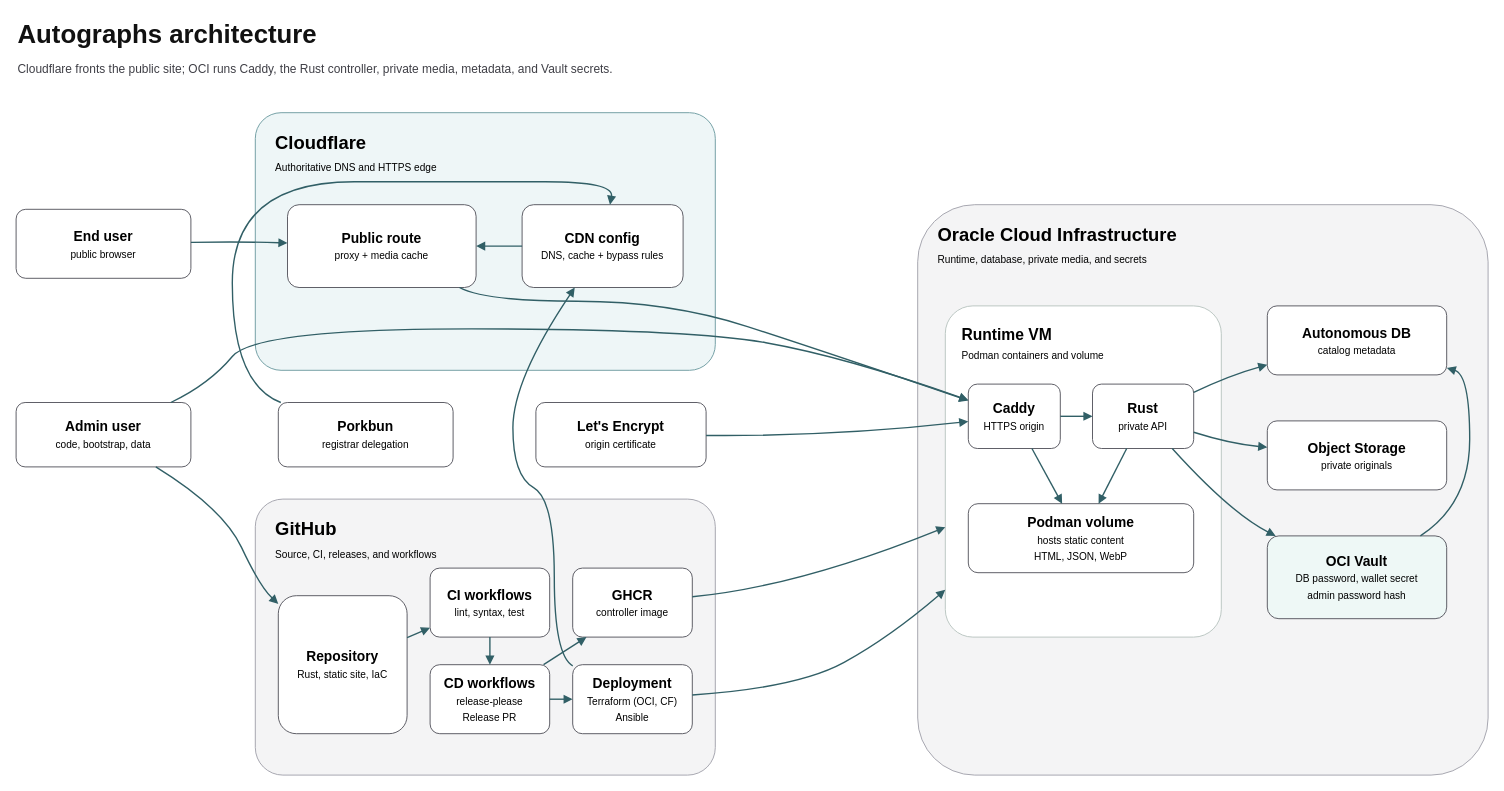
This is docs/architecture.drawio from jetsaredim/autographs, a draw.io file, before an edit. Source tidied: cells renumbered, new cells numbered last; positions are measured from the earlier drawing's top-left corner, leaving out a move shared by most shapes. Both pictures are drawn from the tidied source at 92%, with x=0, y=0 at pixel (16, 16).
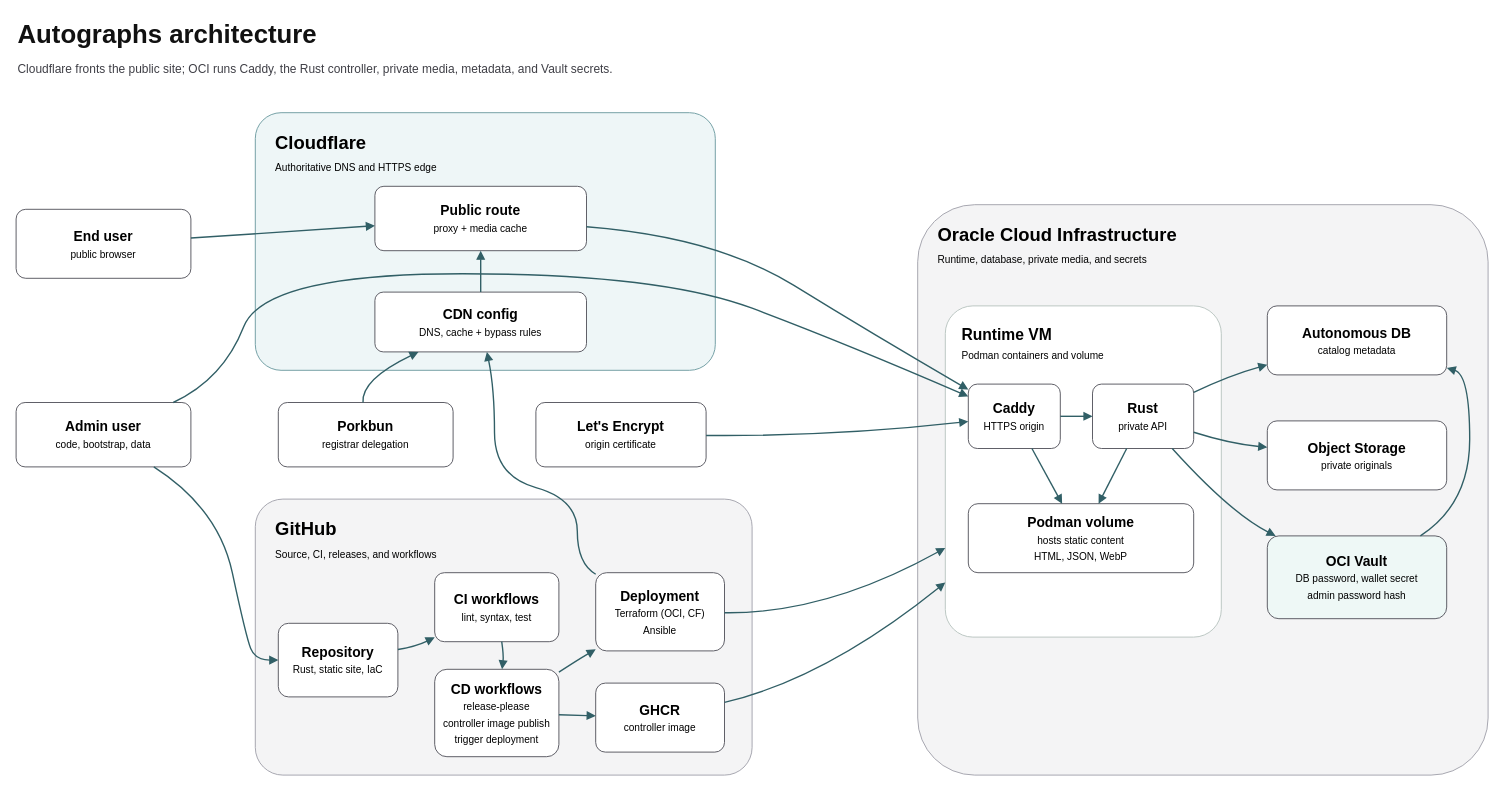
After the change.

Commit message (it also covers changes not shown here):
docs: refine Cloudflare and GitHub architecture layout

Unchanged cells that the change refers to:
```xml
<mxCell id="7" value="&lt;b&gt;Runtime VM&lt;/b&gt;&lt;br&gt;&lt;font style=&quot;font-size: 11px; font-weight: 400;&quot;&gt;Podman containers and volume&lt;/font&gt;" style="rounded=1;whiteSpace=wrap;html=1;fillColor=#ffffff;strokeColor=#b8c3bf;arcSize=10;align=left;verticalAlign=top;spacingLeft=16;spacingTop=16;fontSize=17;fontStyle=1;" parent="1" vertex="1">
  <mxGeometry x="1010" y="315" width="300" height="360" as="geometry" />
</mxCell>
<mxCell id="15" value="&lt;b&gt;Caddy&lt;/b&gt;&lt;br&gt;&lt;font style=&quot;font-size: 11px; font-weight: 400;&quot;&gt;HTTPS origin&lt;/font&gt;" style="rounded=1;whiteSpace=wrap;html=1;fillColor=#ffffff;strokeColor=#52525b;arcSize=14;align=center;verticalAlign=middle;fontSize=15;" parent="1" vertex="1">
  <mxGeometry x="1035" y="400" width="100" height="70" as="geometry" />
</mxCell>
<mxCell id="21" value="&lt;b&gt;End user&lt;/b&gt;&lt;br&gt;&lt;font style=&quot;font-size: 11px; font-weight: 400;&quot;&gt;public browser&lt;/font&gt;" style="rounded=1;whiteSpace=wrap;html=1;fillColor=#ffffff;strokeColor=#52525b;arcSize=14;align=center;verticalAlign=middle;fontSize=15;" parent="1" vertex="1">
  <mxGeometry y="210" width="190" height="75" as="geometry" />
</mxCell>
<mxCell id="22" value="&lt;b&gt;Porkbun&lt;/b&gt;&lt;br&gt;&lt;font style=&quot;font-size: 11px; font-weight: 400;&quot;&gt;registrar delegation&lt;/font&gt;" style="rounded=1;whiteSpace=wrap;html=1;fillColor=#ffffff;strokeColor=#52525b;arcSize=14;align=center;verticalAlign=middle;fontSize=15;" parent="1" vertex="1">
  <mxGeometry x="285" y="420" width="190" height="70" as="geometry" />
</mxCell>
<mxCell id="23" value="&lt;b&gt;Admin user&lt;/b&gt;&lt;br&gt;&lt;font style=&quot;font-size: 11px; font-weight: 400;&quot;&gt;code, bootstrap, data&lt;/font&gt;" style="rounded=1;whiteSpace=wrap;html=1;fillColor=#ffffff;strokeColor=#52525b;arcSize=14;align=center;verticalAlign=middle;fontSize=15;" parent="1" vertex="1">
  <mxGeometry y="420" width="190" height="70" as="geometry" />
</mxCell>
```

What changed in the source:
```diff
@@
     <mxCell id="5" value="&lt;b&gt;GitHub&lt;/b&gt;&lt;br&gt;&lt;font style=&quot;font-size: 11px; font-weight: 400;&quot;&gt;Source, CI, releases, and workflows&lt;/font&gt;" style="rounded=1;whiteSpace=wrap;html=1;fillColor=#f4f4f5;strokeColor=#a1a1aa;arcSize=10;align=left;verticalAlign=top;spacingLeft=20;spacingTop=14;fontSize=20;fontStyle=1;" parent="1" vertex="1">
-      <mxGeometry x="260" y="525" width="500" height="300" as="geometry" />
+      <mxGeometry x="260" y="525" width="540" height="300" as="geometry" />
     </mxCell>
@@
     <mxCell id="8" value="&lt;b&gt;Public route&lt;/b&gt;&lt;br&gt;&lt;font style=&quot;font-size: 11px; font-weight: 400;&quot;&gt;proxy + media cache&lt;/font&gt;" style="rounded=1;whiteSpace=wrap;html=1;fillColor=#ffffff;strokeColor=#52525b;arcSize=14;align=center;verticalAlign=middle;fontSize=15;" parent="1" vertex="1">
-      <mxGeometry x="295" y="205" width="205" height="90" as="geometry" />
+      <mxGeometry x="390" y="185" width="230" height="70" as="geometry" />
     </mxCell>
     <mxCell id="9" value="&lt;b&gt;CDN config&lt;/b&gt;&lt;br&gt;&lt;font style=&quot;font-size: 11px; font-weight: 400;&quot;&gt;DNS, cache + bypass rules&lt;/font&gt;" style="rounded=1;whiteSpace=wrap;html=1;fillColor=#ffffff;strokeColor=#52525b;arcSize=14;align=center;verticalAlign=middle;fontSize=15;" parent="1" vertex="1">
-      <mxGeometry x="550" y="205" width="175" height="90" as="geometry" />
+      <mxGeometry x="390" y="300" width="230" height="65" as="geometry" />
     </mxCell>
     <mxCell id="10" value="&lt;b&gt;Repository&lt;/b&gt;&lt;br&gt;&lt;font style=&quot;font-size: 11px; font-weight: 400;&quot;&gt;Rust, static site, IaC&lt;/font&gt;" style="rounded=1;whiteSpace=wrap;html=1;fillColor=#ffffff;strokeColor=#52525b;arcSize=14;align=center;verticalAlign=middle;fontSize=15;" parent="1" vertex="1">
-      <mxGeometry x="285" y="630" width="140" height="150" as="geometry" />
+      <mxGeometry x="285" y="660" width="130" height="80" as="geometry" />
     </mxCell>
     <mxCell id="11" value="&lt;b&gt;CI workflows&lt;/b&gt;&lt;br&gt;&lt;font style=&quot;font-size: 11px; font-weight: 400;&quot;&gt;lint, syntax, test&lt;/font&gt;" style="rounded=1;whiteSpace=wrap;html=1;fillColor=#ffffff;strokeColor=#52525b;arcSize=14;align=center;verticalAlign=middle;fontSize=15;" parent="1" vertex="1">
-      <mxGeometry x="450" y="600" width="130" height="75" as="geometry" />
+      <mxGeometry x="455" y="605" width="135" height="75" as="geometry" />
     </mxCell>
-    <mxCell id="12" value="&lt;b&gt;CD workflows&lt;/b&gt;&lt;br&gt;&lt;font style=&quot;font-size: 11px; font-weight: 400;&quot;&gt;release-please&lt;br&gt;Release PR&lt;/font&gt;" style="rounded=1;whiteSpace=wrap;html=1;fillColor=#ffffff;strokeColor=#52525b;arcSize=14;align=center;verticalAlign=middle;fontSize=15;" parent="1" vertex="1">
-      <mxGeometry x="450" y="705" width="130" height="75" as="geometry" />
+    <mxCell id="12" value="&lt;b&gt;CD workflows&lt;/b&gt;&lt;br&gt;&lt;font style=&quot;font-size: 11px; font-weight: 400;&quot;&gt;release-please&lt;br&gt;controller image publish&lt;br&gt;trigger deployment&lt;/font&gt;" style="rounded=1;whiteSpace=wrap;html=1;fillColor=#ffffff;strokeColor=#52525b;arcSize=14;align=center;verticalAlign=middle;fontSize=15;" parent="1" vertex="1">
+      <mxGeometry x="455" y="710" width="135" height="95" as="geometry" />
     </mxCell>
+    <mxCell id="14" value="&lt;b&gt;Deployment&lt;/b&gt;&lt;br&gt;&lt;font style=&quot;font-size: 11px; font-weight: 400;&quot;&gt;Terraform (OCI, CF)&lt;br&gt;Ansible&lt;/font&gt;" style="rounded=1;whiteSpace=wrap;html=1;fillColor=#ffffff;strokeColor=#52525b;arcSize=14;align=center;verticalAlign=middle;fontSize=15;" parent="1" vertex="1">
+      <mxGeometry x="630" y="605" width="140" height="85" as="geometry" />
+    </mxCell>
     <mxCell id="13" value="&lt;b&gt;GHCR&lt;/b&gt;&lt;br&gt;&lt;font style=&quot;font-size: 11px; font-weight: 400;&quot;&gt;controller image&lt;/font&gt;" style="rounded=1;whiteSpace=wrap;html=1;fillColor=#ffffff;strokeColor=#52525b;arcSize=14;align=center;verticalAlign=middle;fontSize=15;" parent="1" vertex="1">
-      <mxGeometry x="605" y="600" width="130" height="75" as="geometry" />
+      <mxGeometry x="630" y="725" width="140" height="75" as="geometry" />
     </mxCell>
-    <mxCell id="14" value="&lt;b&gt;Deployment&lt;/b&gt;&lt;br&gt;&lt;font style=&quot;font-size: 11px; font-weight: 400;&quot;&gt;Terraform (OCI, CF)&lt;br&gt;Ansible&lt;/font&gt;" style="rounded=1;whiteSpace=wrap;html=1;fillColor=#ffffff;strokeColor=#52525b;arcSize=14;align=center;verticalAlign=middle;fontSize=15;" parent="1" vertex="1">
-      <mxGeometry x="605" y="705" width="130" height="75" as="geometry" />
-    </mxCell>
@@
     <mxCell id="25" style="endArrow=block;html=1;rounded=1;curved=1;strokeColor=#315f66;strokeWidth=1.5;fontSize=11;fontColor=#315f66;labelBackgroundColor=#ffffff;" parent="1" edge="1" source="21" target="8">
       <mxGeometry relative="1" as="geometry">
         <Array as="points">
-          <mxPoint x="245" y="245" />
+          <mxPoint x="285" y="235" />
         </Array>
       </mxGeometry>
     </mxCell>
     <mxCell id="26" style="endArrow=block;html=1;rounded=1;curved=1;strokeColor=#315f66;strokeWidth=1.5;fontSize=11;fontColor=#315f66;labelBackgroundColor=#ffffff;" parent="1" edge="1" source="22" target="9">
       <mxGeometry relative="1" as="geometry">
         <Array as="points">
-          <mxPoint x="235" y="400" />
-          <mxPoint x="235" y="180" />
-          <mxPoint x="500" y="180" />
-          <mxPoint x="650" y="180" />
+          <mxPoint x="375" y="395" />
         </Array>
       </mxGeometry>
     </mxCell>
@@
     <mxCell id="28" style="endArrow=block;html=1;rounded=1;curved=1;strokeColor=#315f66;strokeWidth=1.5;fontSize=11;fontColor=#315f66;labelBackgroundColor=#ffffff;" parent="1" edge="1" source="8" target="15">
       <mxGeometry relative="1" as="geometry">
         <Array as="points">
-          <mxPoint x="510" y="310" />
-          <mxPoint x="710" y="310" />
-          <mxPoint x="880" y="365" />
+          <mxPoint x="760" y="240" />
+          <mxPoint x="930" y="345" />
         </Array>
       </mxGeometry>
     </mxCell>
     <mxCell id="29" style="endArrow=block;html=1;rounded=1;curved=1;strokeColor=#315f66;strokeWidth=1.5;fontSize=11;fontColor=#315f66;labelBackgroundColor=#ffffff;" parent="1" edge="1" source="23" target="15">
       <mxGeometry relative="1" as="geometry">
         <Array as="points">
-          <mxPoint x="210" y="400" />
-          <mxPoint x="260" y="340" />
-          <mxPoint x="730" y="340" />
-          <mxPoint x="900" y="370" />
+          <mxPoint x="225" y="395" />
+          <mxPoint x="270" y="280" />
+          <mxPoint x="700" y="280" />
+          <mxPoint x="900" y="355" />
         </Array>
       </mxGeometry>
     </mxCell>
     <mxCell id="30" style="endArrow=block;html=1;rounded=1;curved=1;strokeColor=#315f66;strokeWidth=1.5;fontSize=11;fontColor=#315f66;labelBackgroundColor=#ffffff;" parent="1" edge="1" source="23" target="10">
       <mxGeometry relative="1" as="geometry">
         <Array as="points">
-          <mxPoint x="225" y="535" />
-          <mxPoint x="265" y="620" />
+          <mxPoint x="220" y="535" />
+          <mxPoint x="250" y="675" />
+          <mxPoint x="260" y="700" />
         </Array>
       </mxGeometry>
     </mxCell>
     <mxCell id="31" style="endArrow=block;html=1;rounded=1;curved=1;strokeColor=#315f66;strokeWidth=1.5;fontSize=11;fontColor=#315f66;labelBackgroundColor=#ffffff;" parent="1" edge="1" source="10" target="11">
-      <mxGeometry relative="1" as="geometry" />
+      <mxGeometry relative="1" as="geometry">
+        <Array as="points">
+          <mxPoint x="435" y="685" />
+        </Array>
+      </mxGeometry>
     </mxCell>
     <mxCell id="32" style="endArrow=block;html=1;rounded=1;curved=1;strokeColor=#315f66;strokeWidth=1.5;fontSize=11;fontColor=#315f66;labelBackgroundColor=#ffffff;" parent="1" edge="1" source="11" target="12">
-      <mxGeometry relative="1" as="geometry" />
+      <mxGeometry relative="1" as="geometry">
+        <Array as="points">
+          <mxPoint x="530" y="695" />
+        </Array>
+      </mxGeometry>
     </mxCell>
     <mxCell id="33" style="endArrow=block;html=1;rounded=1;curved=1;strokeColor=#315f66;strokeWidth=1.5;fontSize=11;fontColor=#315f66;labelBackgroundColor=#ffffff;" parent="1" edge="1" source="12" target="13">
       <mxGeometry relative="1" as="geometry">
         <Array as="points">
-          <mxPoint x="620" y="675" />
+          <mxPoint x="610" y="760" />
         </Array>
       </mxGeometry>
     </mxCell>
     <mxCell id="34" style="endArrow=block;html=1;rounded=1;curved=1;strokeColor=#315f66;strokeWidth=1.5;fontSize=11;fontColor=#315f66;labelBackgroundColor=#ffffff;" parent="1" edge="1" source="12" target="14">
-      <mxGeometry relative="1" as="geometry" />
+      <mxGeometry relative="1" as="geometry">
+        <Array as="points">
+          <mxPoint x="610" y="700" />
+        </Array>
+      </mxGeometry>
     </mxCell>
     <mxCell id="35" style="endArrow=block;html=1;rounded=1;curved=1;strokeColor=#315f66;strokeWidth=1.5;fontSize=11;fontColor=#315f66;labelBackgroundColor=#ffffff;" parent="1" edge="1" source="14" target="7">
       <mxGeometry relative="1" as="geometry">
         <Array as="points">
-          <mxPoint x="850" y="730" />
-          <mxPoint x="950" y="675" />
+          <mxPoint x="880" y="650" />
         </Array>
       </mxGeometry>
     </mxCell>
     <mxCell id="36" style="endArrow=block;html=1;rounded=1;curved=1;strokeColor=#315f66;strokeWidth=1.5;fontSize=11;fontColor=#315f66;labelBackgroundColor=#ffffff;" parent="1" edge="1" source="14" target="9">
       <mxGeometry relative="1" as="geometry">
         <Array as="points">
-          <mxPoint x="585" y="695" />
-          <mxPoint x="585" y="525" />
-          <mxPoint x="540" y="500" />
-          <mxPoint x="540" y="395" />
+          <mxPoint x="610" y="595" />
+          <mxPoint x="610" y="525" />
+          <mxPoint x="520" y="500" />
+          <mxPoint x="520" y="405" />
         </Array>
       </mxGeometry>
     </mxCell>
     <mxCell id="37" style="endArrow=block;html=1;rounded=1;curved=1;strokeColor=#315f66;strokeWidth=1.5;fontSize=11;fontColor=#315f66;labelBackgroundColor=#ffffff;" parent="1" edge="1" source="13" target="7">
       <mxGeometry relative="1" as="geometry">
         <Array as="points">
-          <mxPoint x="850" y="620" />
+          <mxPoint x="880" y="720" />
         </Array>
       </mxGeometry>
     </mxCell>
```
